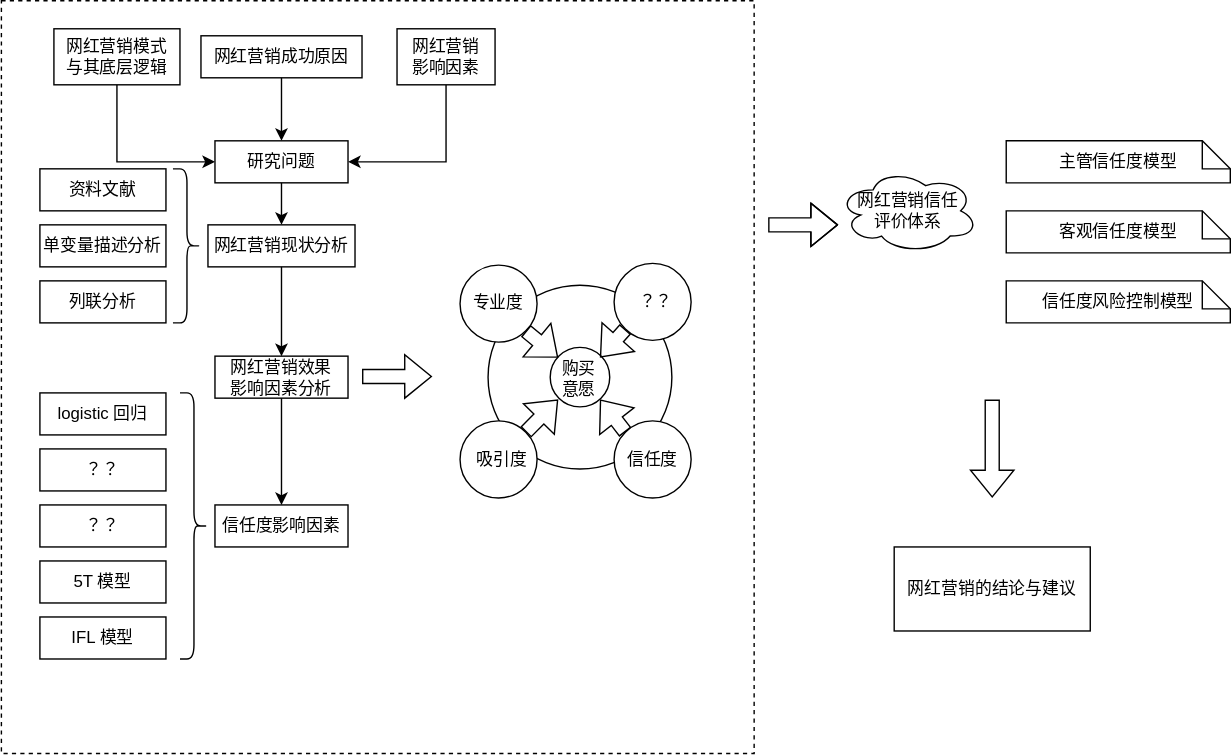
Before: raw/NetCelebrity.svg, a diagram exported from draw.io (KujouRinka/flowchart). Source tidied: cells renumbered, new cells last; positions are measured from the earlier drawing's top-left corner, leaving out a move shared by most shapes. The source it was exported from:
```xml
<mxGraphModel>
  <root>
    <mxCell id="0" />
    <mxCell id="1" parent="0" />
    <mxCell id="2" style="whiteSpace=wrap;html=1;dashed=1;" parent="1" vertex="1">
      <mxGeometry x="0.5" width="537.5" height="537.5" as="geometry" />
    </mxCell>
    <mxCell id="3" style="edgeStyle=orthogonalEdgeStyle;rounded=0;jettySize=auto;html=1;exitX=0.5;exitY=1;exitDx=0;exitDy=0;entryX=0;entryY=0.5;entryDx=0;entryDy=0;" parent="1" edge="1" source="4" target="14">
      <mxGeometry relative="1" as="geometry" />
    </mxCell>
    <mxCell id="4" style="rounded=0;whiteSpace=wrap;html=1;" parent="1" vertex="1">
      <mxGeometry x="38" y="20" width="90" height="40" as="geometry" />
    </mxCell>
    <mxCell id="5" value="网红营销模式&lt;br&gt;与其底层逻辑" style="text;html=1;strokeColor=none;fillColor=none;align=center;verticalAlign=middle;whiteSpace=wrap;rounded=0;" parent="1" vertex="1">
      <mxGeometry x="38" y="25" width="90" height="30" as="geometry" />
    </mxCell>
    <mxCell id="6" style="edgeStyle=orthogonalEdgeStyle;rounded=0;jettySize=auto;html=1;exitX=0.5;exitY=1;exitDx=0;exitDy=0;entryX=1;entryY=0.5;entryDx=0;entryDy=0;" parent="1" edge="1" source="7" target="14">
      <mxGeometry relative="1" as="geometry" />
    </mxCell>
    <mxCell id="7" style="rounded=0;whiteSpace=wrap;html=1;" parent="1" vertex="1">
      <mxGeometry x="283" y="20" width="70" height="40" as="geometry" />
    </mxCell>
    <mxCell id="8" value="网红营销影响因素" style="text;html=1;strokeColor=none;fillColor=none;align=center;verticalAlign=middle;whiteSpace=wrap;rounded=0;" parent="1" vertex="1">
      <mxGeometry x="288" y="25" width="60" height="30" as="geometry" />
    </mxCell>
    <mxCell id="9" style="rounded=0;whiteSpace=wrap;html=1;" parent="1" vertex="1">
      <mxGeometry x="143" y="25" width="115" height="30" as="geometry" />
    </mxCell>
    <mxCell id="10" style="edgeStyle=orthogonalEdgeStyle;rounded=0;jettySize=auto;html=1;exitX=0.5;exitY=1;exitDx=0;exitDy=0;" parent="1" edge="1" source="11" target="14">
      <mxGeometry relative="1" as="geometry" />
    </mxCell>
    <mxCell id="11" value="网红营销成功原因" style="text;html=1;strokeColor=none;fillColor=none;align=center;verticalAlign=middle;whiteSpace=wrap;rounded=0;" parent="1" vertex="1">
      <mxGeometry x="143" y="25" width="115" height="30" as="geometry" />
    </mxCell>
    <mxCell id="12" style="rounded=0;whiteSpace=wrap;html=1;" parent="1" vertex="1">
      <mxGeometry x="153" y="100" width="95" height="30" as="geometry" />
    </mxCell>
    <mxCell id="13" style="edgeStyle=orthogonalEdgeStyle;rounded=0;jettySize=auto;html=1;exitX=0.5;exitY=1;exitDx=0;exitDy=0;entryX=0.5;entryY=0;entryDx=0;entryDy=0;" parent="1" edge="1" source="14" target="17">
      <mxGeometry relative="1" as="geometry" />
    </mxCell>
    <mxCell id="14" value="研究问题" style="text;html=1;strokeColor=none;fillColor=none;align=center;verticalAlign=middle;whiteSpace=wrap;rounded=0;" parent="1" vertex="1">
      <mxGeometry x="153" y="100" width="95" height="30" as="geometry" />
    </mxCell>
    <mxCell id="15" style="rounded=0;whiteSpace=wrap;html=1;" parent="1" vertex="1">
      <mxGeometry x="148" y="160" width="105" height="30" as="geometry" />
    </mxCell>
    <mxCell id="16" style="edgeStyle=orthogonalEdgeStyle;rounded=0;jettySize=auto;html=1;exitX=0.5;exitY=1;exitDx=0;exitDy=0;entryX=0.5;entryY=0;entryDx=0;entryDy=0;" parent="1" edge="1" source="17" target="21">
      <mxGeometry relative="1" as="geometry" />
    </mxCell>
    <mxCell id="17" value="网红营销现状分析" style="text;html=1;strokeColor=none;fillColor=none;align=center;verticalAlign=middle;whiteSpace=wrap;rounded=0;" parent="1" vertex="1">
      <mxGeometry x="148" y="160" width="105" height="30" as="geometry" />
    </mxCell>
    <mxCell id="18" style="rounded=0;whiteSpace=wrap;html=1;" parent="1" vertex="1">
      <mxGeometry x="153" y="253.8" width="95" height="30" as="geometry" />
    </mxCell>
    <mxCell id="19" style="rounded=0;whiteSpace=wrap;html=1;" parent="1" vertex="1">
      <mxGeometry x="153" y="360" width="95" height="30" as="geometry" />
    </mxCell>
    <mxCell id="20" style="edgeStyle=orthogonalEdgeStyle;rounded=0;jettySize=auto;html=1;exitX=0.5;exitY=1;exitDx=0;exitDy=0;entryX=0.5;entryY=0;entryDx=0;entryDy=0;" parent="1" edge="1" source="21" target="22">
      <mxGeometry relative="1" as="geometry" />
    </mxCell>
    <mxCell id="21" value="网红营销效果&lt;br&gt;影响因素分析" style="text;html=1;strokeColor=none;fillColor=none;align=center;verticalAlign=middle;whiteSpace=wrap;rounded=0;" parent="1" vertex="1">
      <mxGeometry x="153" y="253.8" width="95" height="30" as="geometry" />
    </mxCell>
    <mxCell id="22" value="信任度影响因素" style="text;html=1;strokeColor=none;fillColor=none;align=center;verticalAlign=middle;whiteSpace=wrap;rounded=0;" parent="1" vertex="1">
      <mxGeometry x="153" y="360" width="95" height="30" as="geometry" />
    </mxCell>
    <mxCell id="23" style="rounded=0;whiteSpace=wrap;html=1;" parent="1" vertex="1">
      <mxGeometry x="28" y="120" width="90" height="30" as="geometry" />
    </mxCell>
    <mxCell id="24" style="rounded=0;whiteSpace=wrap;html=1;" parent="1" vertex="1">
      <mxGeometry x="28" y="200" width="90" height="30" as="geometry" />
    </mxCell>
    <mxCell id="25" style="rounded=0;whiteSpace=wrap;html=1;" parent="1" vertex="1">
      <mxGeometry x="28" y="160" width="90" height="30" as="geometry" />
    </mxCell>
    <mxCell id="26" value="资料文献" style="text;html=1;strokeColor=none;fillColor=none;align=center;verticalAlign=middle;whiteSpace=wrap;rounded=0;" parent="1" vertex="1">
      <mxGeometry x="28" y="120" width="90" height="30" as="geometry" />
    </mxCell>
    <mxCell id="27" value="单变量描述分析" style="text;html=1;strokeColor=none;fillColor=none;align=center;verticalAlign=middle;whiteSpace=wrap;rounded=0;" parent="1" vertex="1">
      <mxGeometry x="28" y="160" width="90" height="30" as="geometry" />
    </mxCell>
    <mxCell id="28" value="列联分析" style="text;html=1;strokeColor=none;fillColor=none;align=center;verticalAlign=middle;whiteSpace=wrap;rounded=0;" parent="1" vertex="1">
      <mxGeometry x="28" y="200" width="90" height="30" as="geometry" />
    </mxCell>
    <mxCell id="29" style="shape=curlyBracket;whiteSpace=wrap;html=1;rounded=1;flipH=1;labelPosition=right;verticalLabelPosition=middle;align=left;verticalAlign=middle;" parent="1" vertex="1">
      <mxGeometry x="123" y="120" width="20" height="110" as="geometry" />
    </mxCell>
    <mxCell id="30" style="rounded=0;whiteSpace=wrap;html=1;" parent="1" vertex="1">
      <mxGeometry x="28" y="280" width="90" height="30" as="geometry" />
    </mxCell>
    <mxCell id="31" style="rounded=0;whiteSpace=wrap;html=1;" parent="1" vertex="1">
      <mxGeometry x="28" y="400" width="90" height="30" as="geometry" />
    </mxCell>
    <mxCell id="32" style="rounded=0;whiteSpace=wrap;html=1;" parent="1" vertex="1">
      <mxGeometry x="28" y="440" width="90" height="30" as="geometry" />
    </mxCell>
    <mxCell id="33" value="IFL 模型" style="text;html=1;strokeColor=none;fillColor=none;align=center;verticalAlign=middle;whiteSpace=wrap;rounded=0;" parent="1" vertex="1">
      <mxGeometry x="28" y="440" width="90" height="30" as="geometry" />
    </mxCell>
    <mxCell id="34" value="5T 模型" style="text;html=1;strokeColor=none;fillColor=none;align=center;verticalAlign=middle;whiteSpace=wrap;rounded=0;" parent="1" vertex="1">
      <mxGeometry x="28" y="400" width="90" height="30" as="geometry" />
    </mxCell>
    <mxCell id="35" value="logistic 回归" style="text;html=1;strokeColor=none;fillColor=none;align=center;verticalAlign=middle;whiteSpace=wrap;rounded=0;" parent="1" vertex="1">
      <mxGeometry x="28" y="280" width="90" height="30" as="geometry" />
    </mxCell>
    <mxCell id="36" style="rounded=0;whiteSpace=wrap;html=1;" parent="1" vertex="1">
      <mxGeometry x="28" y="360" width="90" height="30" as="geometry" />
    </mxCell>
    <mxCell id="37" style="rounded=0;whiteSpace=wrap;html=1;" parent="1" vertex="1">
      <mxGeometry x="28" y="320" width="90" height="30" as="geometry" />
    </mxCell>
    <mxCell id="38" value="？？" style="text;html=1;strokeColor=none;fillColor=none;align=center;verticalAlign=middle;whiteSpace=wrap;rounded=0;" parent="1" vertex="1">
      <mxGeometry x="28" y="360" width="90" height="30" as="geometry" />
    </mxCell>
    <mxCell id="39" value="？？" style="text;html=1;strokeColor=none;fillColor=none;align=center;verticalAlign=middle;whiteSpace=wrap;rounded=0;" parent="1" vertex="1">
      <mxGeometry x="28" y="320" width="90" height="30" as="geometry" />
    </mxCell>
    <mxCell id="40" style="shape=curlyBracket;whiteSpace=wrap;html=1;rounded=1;flipH=1;labelPosition=right;verticalLabelPosition=middle;align=left;verticalAlign=middle;" parent="1" vertex="1">
      <mxGeometry x="128" y="280" width="20" height="190" as="geometry" />
    </mxCell>
    <mxCell id="41" style="shape=flexArrow;endArrow=classic;html=1;rounded=0;" parent="1" edge="1">
      <mxGeometry relative="1" as="geometry">
        <mxPoint x="258" y="268.2" as="sourcePoint" />
        <mxPoint x="308" y="268.2" as="targetPoint" />
      </mxGeometry>
    </mxCell>
    <mxCell id="42" style="ellipse;whiteSpace=wrap;html=1;" parent="1" vertex="1">
      <mxGeometry x="348" y="203.1" width="131.2" height="131.2" as="geometry" />
    </mxCell>
    <mxCell id="43" style="ellipse;whiteSpace=wrap;html=1;" parent="1" vertex="1">
      <mxGeometry x="328" y="188.8" width="55" height="55" as="geometry" />
    </mxCell>
    <mxCell id="44" style="ellipse;whiteSpace=wrap;html=1;" parent="1" vertex="1">
      <mxGeometry x="328" y="300" width="55" height="55" as="geometry" />
    </mxCell>
    <mxCell id="45" style="ellipse;whiteSpace=wrap;html=1;" parent="1" vertex="1">
      <mxGeometry x="438" y="300" width="55" height="55" as="geometry" />
    </mxCell>
    <mxCell id="46" style="ellipse;whiteSpace=wrap;html=1;" parent="1" vertex="1">
      <mxGeometry x="438" y="187.5" width="55" height="55" as="geometry" />
    </mxCell>
    <mxCell id="47" value="专业度" style="text;html=1;strokeColor=none;fillColor=none;align=center;verticalAlign=middle;whiteSpace=wrap;rounded=0;" parent="1" vertex="1">
      <mxGeometry x="334.2" y="201.2" width="42.5" height="30" as="geometry" />
    </mxCell>
    <mxCell id="48" value="吸引度" style="text;html=1;strokeColor=none;fillColor=none;align=center;verticalAlign=middle;whiteSpace=wrap;rounded=0;" parent="1" vertex="1">
      <mxGeometry x="338" y="312.5" width="40" height="30" as="geometry" />
    </mxCell>
    <mxCell id="49" value="信任度" style="text;html=1;strokeColor=none;fillColor=none;align=center;verticalAlign=middle;whiteSpace=wrap;rounded=0;" parent="1" vertex="1">
      <mxGeometry x="443" y="312.5" width="45" height="30" as="geometry" />
    </mxCell>
    <mxCell id="50" value="？？" style="text;html=1;strokeColor=none;fillColor=none;align=center;verticalAlign=middle;whiteSpace=wrap;rounded=0;" parent="1" vertex="1">
      <mxGeometry x="448" y="200" width="40" height="30" as="geometry" />
    </mxCell>
    <mxCell id="51" style="ellipse;whiteSpace=wrap;html=1;" parent="1" vertex="1">
      <mxGeometry x="392.4" y="247.5" width="42.5" height="42.5" as="geometry" />
    </mxCell>
    <mxCell id="52" value="购买意愿" style="text;html=1;strokeColor=none;fillColor=none;align=center;verticalAlign=middle;whiteSpace=wrap;rounded=0;" parent="1" vertex="1">
      <mxGeometry x="398" y="254.8" width="30" height="30" as="geometry" />
    </mxCell>
    <mxCell id="53" style="shape=flexArrow;endArrow=classic;html=1;rounded=0;entryX=0;entryY=1;entryDx=0;entryDy=0;exitX=1;exitY=0;exitDx=0;exitDy=0;" parent="1" edge="1" source="44" target="52">
      <mxGeometry relative="1" as="geometry" />
    </mxCell>
    <mxCell id="54" style="shape=flexArrow;endArrow=classic;html=1;rounded=0;entryX=0;entryY=0;entryDx=0;entryDy=0;exitX=1;exitY=1;exitDx=0;exitDy=0;" parent="1" edge="1" source="43" target="52">
      <mxGeometry relative="1" as="geometry" />
    </mxCell>
    <mxCell id="55" style="shape=flexArrow;endArrow=classic;html=1;rounded=0;entryX=1;entryY=0;entryDx=0;entryDy=0;exitX=0;exitY=1;exitDx=0;exitDy=0;" parent="1" edge="1" source="46" target="52">
      <mxGeometry relative="1" as="geometry" />
    </mxCell>
    <mxCell id="56" style="shape=flexArrow;endArrow=classic;html=1;rounded=0;entryX=1;entryY=1;entryDx=0;entryDy=0;exitX=0;exitY=0;exitDx=0;exitDy=0;" parent="1" edge="1" source="45" target="52">
      <mxGeometry relative="1" as="geometry" />
    </mxCell>
    <mxCell id="57" style="shape=flexArrow;endArrow=classic;html=1;rounded=0;" parent="1" edge="1">
      <mxGeometry relative="1" as="geometry">
        <mxPoint x="548" y="160" as="sourcePoint" />
        <mxPoint x="598" y="160" as="targetPoint" />
        <Array as="points">
          <mxPoint x="558" y="160" />
        </Array>
      </mxGeometry>
    </mxCell>
    <mxCell id="58" value="网红营销信任&lt;br&gt;评价体系" style="ellipse;shape=cloud;whiteSpace=wrap;html=1;align=center;" parent="1" vertex="1">
      <mxGeometry x="598" y="120" width="100" height="60" as="geometry" />
    </mxCell>
    <mxCell id="59" value="主管信任度模型" style="shape=note;size=20;whiteSpace=wrap;html=1;" parent="1" vertex="1">
      <mxGeometry x="718" y="100" width="160" height="30" as="geometry" />
    </mxCell>
    <mxCell id="60" value="客观信任度模型" style="shape=note;size=20;whiteSpace=wrap;html=1;" parent="1" vertex="1">
      <mxGeometry x="718" y="150" width="160" height="30" as="geometry" />
    </mxCell>
    <mxCell id="61" value="信任度风险控制模型" style="shape=note;size=20;whiteSpace=wrap;html=1;" parent="1" vertex="1">
      <mxGeometry x="718" y="200" width="160" height="30" as="geometry" />
    </mxCell>
    <mxCell id="62" style="shape=flexArrow;endArrow=classic;html=1;rounded=0;" parent="1" edge="1">
      <mxGeometry x="-1" y="61" relative="1" as="geometry">
        <mxPoint x="708" y="284.8" as="sourcePoint" />
        <mxPoint x="708" y="354.8" as="targetPoint" />
        <mxPoint x="-1" y="-10" as="offset" />
      </mxGeometry>
    </mxCell>
    <mxCell id="63" value="网红营销的结论与建议" style="rounded=0;whiteSpace=wrap;html=1;" parent="1" vertex="1">
      <mxGeometry x="638" y="390" width="140" height="60" as="geometry" />
    </mxCell>
  </root>
</mxGraphModel>
```
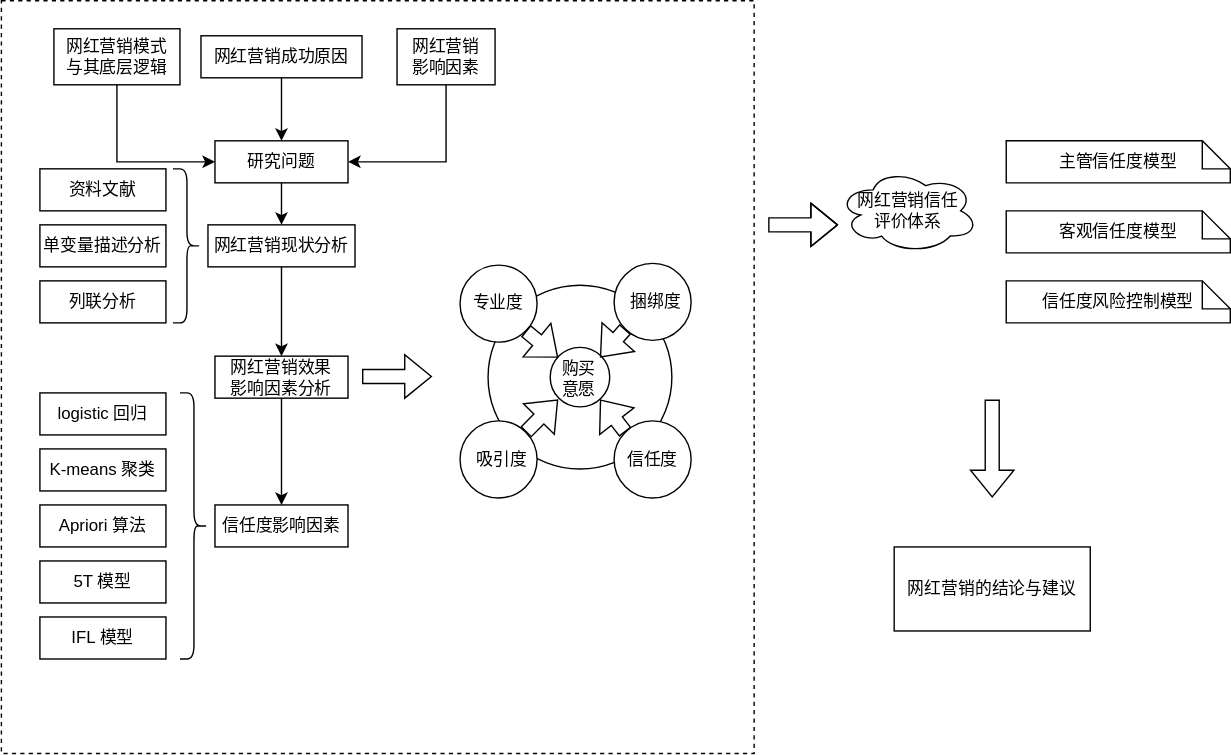
After the commit.

Change to the diagram source:
```diff
@@ -110,10 +110,10 @@
     <mxCell id="37" style="rounded=0;whiteSpace=wrap;html=1;" parent="1" vertex="1">
       <mxGeometry x="28" y="320" width="90" height="30" as="geometry" />
     </mxCell>
-    <mxCell id="38" value="？？" style="text;html=1;strokeColor=none;fillColor=none;align=center;verticalAlign=middle;whiteSpace=wrap;rounded=0;" parent="1" vertex="1">
+    <mxCell id="38" value="Apriori 算法" style="text;html=1;strokeColor=none;fillColor=none;align=center;verticalAlign=middle;whiteSpace=wrap;rounded=0;" parent="1" vertex="1">
       <mxGeometry x="28" y="360" width="90" height="30" as="geometry" />
     </mxCell>
-    <mxCell id="39" value="？？" style="text;html=1;strokeColor=none;fillColor=none;align=center;verticalAlign=middle;whiteSpace=wrap;rounded=0;" parent="1" vertex="1">
+    <mxCell id="39" value="K-means 聚类" style="text;html=1;strokeColor=none;fillColor=none;align=center;verticalAlign=middle;whiteSpace=wrap;rounded=0;" parent="1" vertex="1">
       <mxGeometry x="28" y="320" width="90" height="30" as="geometry" />
     </mxCell>
     <mxCell id="40" style="shape=curlyBracket;whiteSpace=wrap;html=1;rounded=1;flipH=1;labelPosition=right;verticalLabelPosition=middle;align=left;verticalAlign=middle;" parent="1" vertex="1">
@@ -149,7 +149,7 @@
     <mxCell id="49" value="信任度" style="text;html=1;strokeColor=none;fillColor=none;align=center;verticalAlign=middle;whiteSpace=wrap;rounded=0;" parent="1" vertex="1">
       <mxGeometry x="443" y="312.5" width="45" height="30" as="geometry" />
     </mxCell>
-    <mxCell id="50" value="？？" style="text;html=1;strokeColor=none;fillColor=none;align=center;verticalAlign=middle;whiteSpace=wrap;rounded=0;" parent="1" vertex="1">
+    <mxCell id="50" value="捆绑度" style="text;html=1;strokeColor=none;fillColor=none;align=center;verticalAlign=middle;whiteSpace=wrap;rounded=0;" parent="1" vertex="1">
       <mxGeometry x="448" y="200" width="40" height="30" as="geometry" />
     </mxCell>
     <mxCell id="51" style="ellipse;whiteSpace=wrap;html=1;" parent="1" vertex="1">
```
